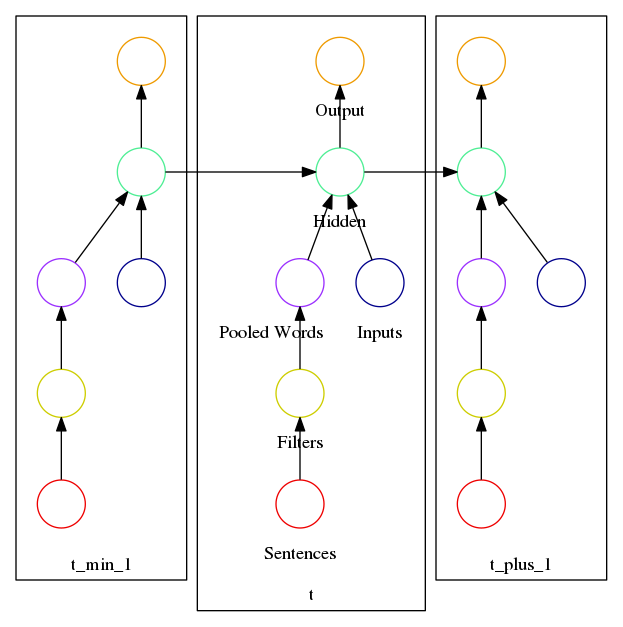
Before: cnn_lstm.dot.png, a diagram exported from Graphviz (airalcorn2/Sequences-With-Sentences). Its source is kept beside it as cnn_lstm.dot.
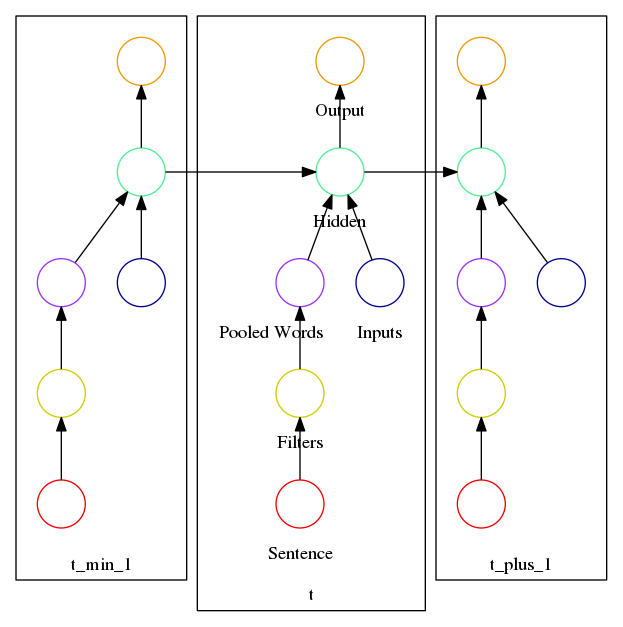
After the commit.

Commit message:
Change wording on figure.

Diff of the diagram source:
```diff
@@ -58,7 +58,7 @@
             color=white;
             node [style=solid, color=red2, shape=circle];
             sentence_t
-            label = "Sentences";
+            label = "Sentence";
         }
 
         subgraph cluster_1_C {
```
